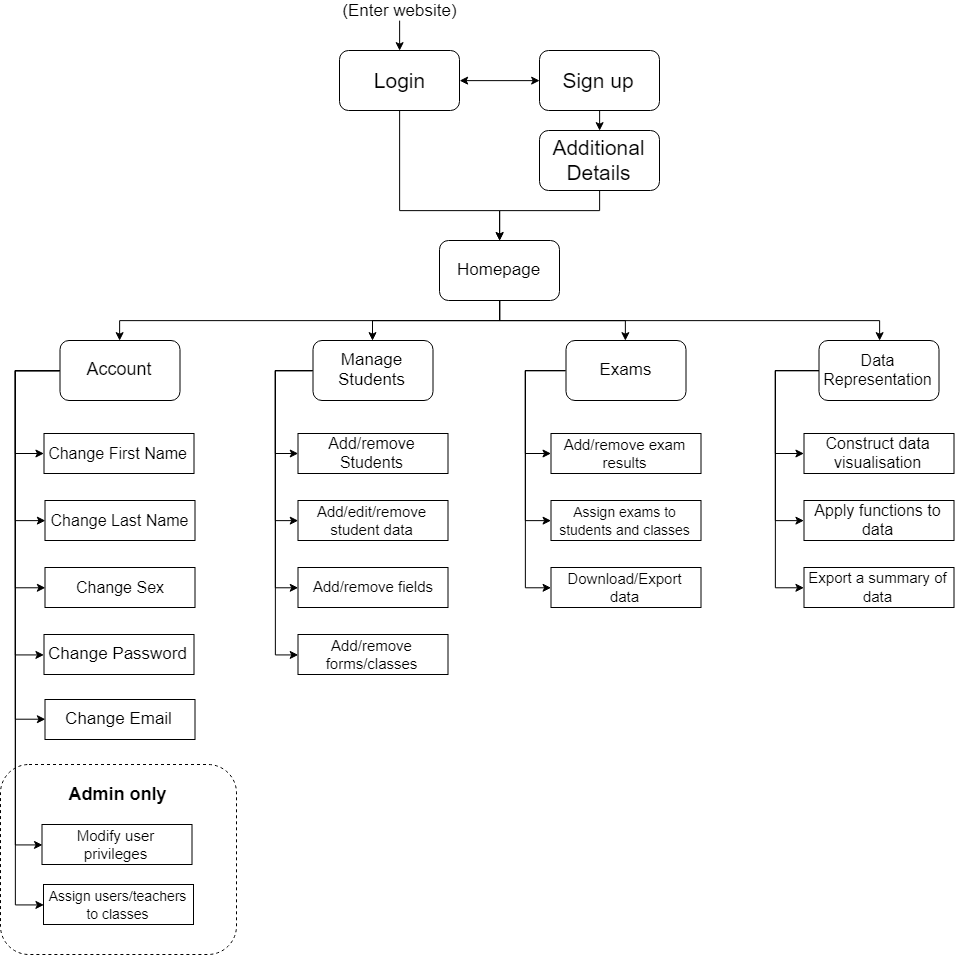
This is diagrams/images/Student Logger Site Plan.png from SheriffEllis/StudentLogger, a draw.io export, as it was before one commit. Source tidied: cells renumbered, new cells last; positions are measured from the earlier drawing's top-left corner, leaving out a move shared by most shapes.
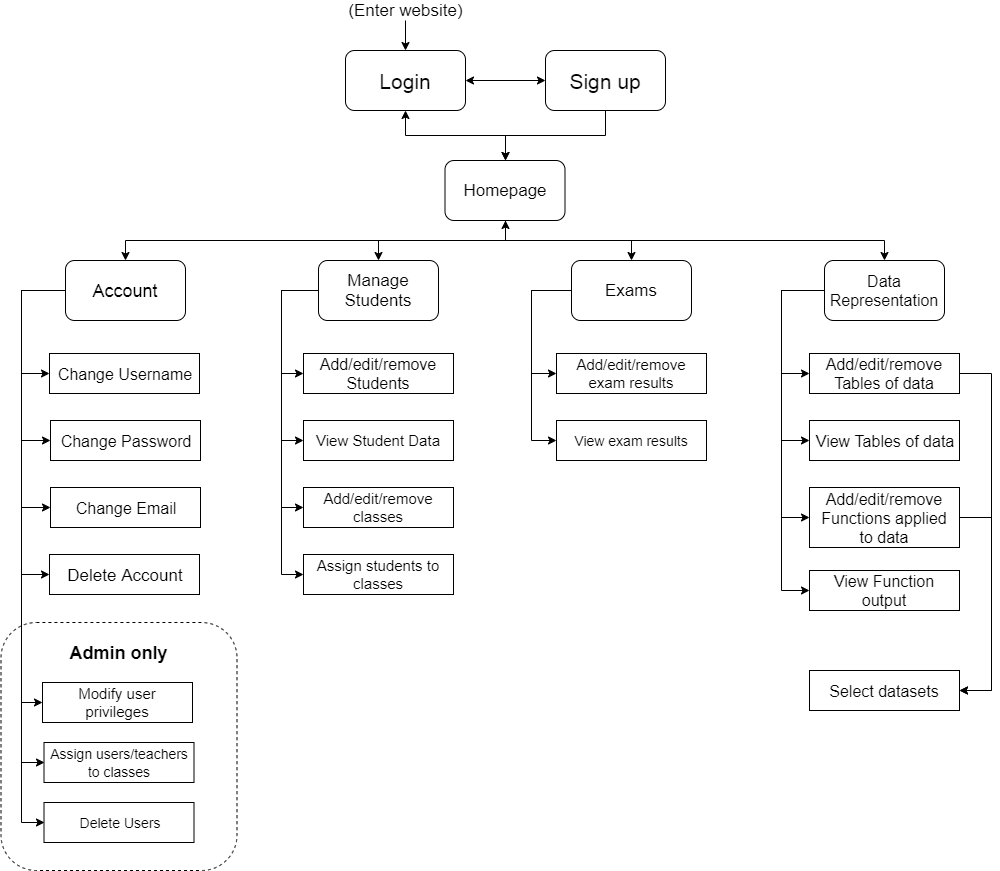
After the change.

What changed in the source:
```diff
@@ -3,33 +3,28 @@
     <mxCell id="0" />
     <mxCell id="1" parent="0" />
     <mxCell id="2" style="rounded=1;whiteSpace=wrap;html=1;fontSize=15;dashed=1;fillColor=none;" parent="1" vertex="1">
-      <mxGeometry y="764" width="236" height="190" as="geometry" />
+      <mxGeometry x="-5" y="702" width="236" height="248" as="geometry" />
     </mxCell>
     <mxCell id="3" style="edgeStyle=orthogonalEdgeStyle;rounded=0;jettySize=auto;html=1;exitX=1;exitY=0.5;exitDx=0;exitDy=0;entryX=0;entryY=0.5;entryDx=0;entryDy=0;startArrow=classic;startFill=1;" parent="1" edge="1" source="5" target="7">
       <mxGeometry relative="1" as="geometry" />
     </mxCell>
-    <mxCell id="4" style="edgeStyle=orthogonalEdgeStyle;rounded=0;jettySize=auto;html=1;exitX=0.5;exitY=1;exitDx=0;exitDy=0;entryX=0.5;entryY=0;entryDx=0;entryDy=0;startArrow=none;startFill=0;fontSize=21;" parent="1" edge="1" source="5" target="14">
-      <mxGeometry relative="1" as="geometry">
-        <Array as="points">
-          <mxPoint x="399" y="210" />
-          <mxPoint x="499" y="210" />
-        </Array>
-      </mxGeometry>
+    <mxCell id="4" style="edgeStyle=orthogonalEdgeStyle;rounded=0;jettySize=auto;html=1;exitX=0.5;exitY=1;exitDx=0;exitDy=0;entryX=0.5;entryY=0;entryDx=0;entryDy=0;startArrow=classic;startFill=1;" parent="1" edge="1" source="5" target="14">
+      <mxGeometry relative="1" as="geometry" />
     </mxCell>
     <mxCell id="5" value="Login" style="rounded=1;whiteSpace=wrap;html=1;fontSize=21;" parent="1" vertex="1">
-      <mxGeometry x="339" y="50" width="120" height="60" as="geometry" />
+      <mxGeometry x="339.5" y="130" width="120" height="60" as="geometry" />
     </mxCell>
-    <mxCell id="6" style="edgeStyle=orthogonalEdgeStyle;rounded=0;jettySize=auto;html=1;exitX=0.5;exitY=1;exitDx=0;exitDy=0;entryX=0.5;entryY=0;entryDx=0;entryDy=0;" parent="1" edge="1" source="7" target="55">
-      <mxGeometry relative="1" as="geometry" />
-    </mxCell>
+    <mxCell id="56" style="edgeStyle=orthogonalEdgeStyle;rounded=0;jettySize=auto;html=1;exitX=0.5;exitY=1;exitDx=0;exitDy=0;entryX=0.5;entryY=0;entryDx=0;entryDy=0;startArrow=none;startFill=0;" parent="1" edge="1" source="7" target="14">
+      <mxGeometry relative="1" as="geometry" />
+    </mxCell>
     <mxCell id="7" value="Sign up&lt;br style=&quot;font-size: 21px;&quot;&gt;" style="rounded=1;whiteSpace=wrap;html=1;fontSize=21;" parent="1" vertex="1">
-      <mxGeometry x="539" y="50" width="120" height="60" as="geometry" />
+      <mxGeometry x="539.5" y="130" width="120" height="60" as="geometry" />
     </mxCell>
     <mxCell id="8" style="edgeStyle=orthogonalEdgeStyle;rounded=0;jettySize=auto;html=1;exitX=0.5;exitY=1;exitDx=0;exitDy=0;entryX=0.5;entryY=0;entryDx=0;entryDy=0;startArrow=none;startFill=0;" parent="1" edge="1" source="9" target="5">
       <mxGeometry relative="1" as="geometry" />
     </mxCell>
     <mxCell id="9" value="&lt;font style=&quot;font-size: 17px&quot;&gt;(Enter website)&lt;/font&gt;" style="text;html=1;strokeColor=none;fillColor=none;align=center;verticalAlign=middle;whiteSpace=wrap;rounded=0;fontSize=17;" parent="1" vertex="1">
-      <mxGeometry x="324.5" width="149" height="20" as="geometry" />
+      <mxGeometry x="325" y="80" width="149" height="20" as="geometry" />
     </mxCell>
     <mxCell id="10" style="edgeStyle=orthogonalEdgeStyle;rounded=0;jettySize=auto;html=1;exitX=0.5;exitY=1;exitDx=0;exitDy=0;entryX=0.5;entryY=0;entryDx=0;entryDy=0;startArrow=none;startFill=0;fontSize=18;" parent="1" edge="1" source="14" target="22">
       <mxGeometry relative="1" as="geometry" />
@@ -40,7 +35,7 @@
     <mxCell id="12" style="edgeStyle=orthogonalEdgeStyle;rounded=0;jettySize=auto;html=1;exitX=0.5;exitY=1;exitDx=0;exitDy=0;entryX=0.5;entryY=0;entryDx=0;entryDy=0;startArrow=none;startFill=0;fontSize=18;" parent="1" edge="1" source="14" target="31">
       <mxGeometry relative="1" as="geometry" />
     </mxCell>
-    <mxCell id="13" style="edgeStyle=orthogonalEdgeStyle;rounded=0;jettySize=auto;html=1;exitX=0.5;exitY=1;exitDx=0;exitDy=0;entryX=0.5;entryY=0;entryDx=0;entryDy=0;startArrow=none;startFill=0;fontSize=18;" parent="1" edge="1" source="14" target="35">
+    <mxCell id="13" style="edgeStyle=orthogonalEdgeStyle;rounded=0;jettySize=auto;html=1;exitX=0.5;exitY=1;exitDx=0;exitDy=0;entryX=0.5;entryY=0;entryDx=0;entryDy=0;startArrow=classic;startFill=1;fontSize=18;" parent="1" edge="1" source="14" target="35">
       <mxGeometry relative="1" as="geometry" />
     </mxCell>
     <mxCell id="14" value="Homepage" style="rounded=1;whiteSpace=wrap;html=1;fontSize=17;" parent="1" vertex="1">
@@ -62,19 +57,11 @@
         </Array>
       </mxGeometry>
     </mxCell>
-    <mxCell id="17" style="edgeStyle=orthogonalEdgeStyle;rounded=0;jettySize=auto;html=1;exitX=0;exitY=0.5;exitDx=0;exitDy=0;entryX=0;entryY=0.5;entryDx=0;entryDy=0;startArrow=none;startFill=0;fontSize=18;" parent="1" edge="1" source="22" target="38">
-      <mxGeometry relative="1" as="geometry">
-        <Array as="points">
-          <mxPoint x="15" y="370" />
-          <mxPoint x="15" y="719" />
-        </Array>
-      </mxGeometry>
-    </mxCell>
     <mxCell id="18" style="edgeStyle=orthogonalEdgeStyle;rounded=0;jettySize=auto;html=1;exitX=0;exitY=0.5;exitDx=0;exitDy=0;entryX=0;entryY=0.5;entryDx=0;entryDy=0;startArrow=none;startFill=0;fontSize=18;" parent="1" edge="1" source="22" target="39">
       <mxGeometry relative="1" as="geometry">
         <Array as="points">
           <mxPoint x="15" y="370" />
-          <mxPoint x="15" y="844" />
+          <mxPoint x="15" y="782" />
         </Array>
       </mxGeometry>
     </mxCell>
@@ -82,7 +69,7 @@
       <mxGeometry relative="1" as="geometry">
         <Array as="points">
           <mxPoint x="15" y="370" />
-          <mxPoint x="15" y="904" />
+          <mxPoint x="15" y="842" />
         </Array>
       </mxGeometry>
     </mxCell>
@@ -102,6 +89,14 @@
         </Array>
       </mxGeometry>
     </mxCell>
+    <mxCell id="57" style="edgeStyle=orthogonalEdgeStyle;rounded=0;jettySize=auto;html=1;exitX=0;exitY=0.5;exitDx=0;exitDy=0;entryX=0;entryY=0.5;entryDx=0;entryDy=0;" parent="1" edge="1" source="22" target="62">
+      <mxGeometry relative="1" as="geometry">
+        <Array as="points">
+          <mxPoint x="15" y="370" />
+          <mxPoint x="15" y="902" />
+        </Array>
+      </mxGeometry>
+    </mxCell>
     <mxCell id="22" value="Account" style="rounded=1;whiteSpace=wrap;html=1;fontSize=18;" parent="1" vertex="1">
       <mxGeometry x="59.5" y="340" width="120" height="60" as="geometry" />
     </mxCell>
@@ -148,14 +143,6 @@
         </Array>
       </mxGeometry>
     </mxCell>
-    <mxCell id="29" style="edgeStyle=orthogonalEdgeStyle;rounded=0;jettySize=auto;html=1;exitX=0;exitY=0.5;exitDx=0;exitDy=0;entryX=0;entryY=0.5;entryDx=0;entryDy=0;startArrow=none;startFill=0;fontSize=15;" parent="1" edge="1" source="31" target="43">
-      <mxGeometry relative="1" as="geometry">
-        <Array as="points">
-          <mxPoint x="525" y="370" />
-          <mxPoint x="525" y="587" />
-        </Array>
-      </mxGeometry>
-    </mxCell>
     <mxCell id="30" style="edgeStyle=orthogonalEdgeStyle;rounded=0;jettySize=auto;html=1;exitX=0;exitY=0.5;exitDx=0;exitDy=0;entryX=0;entryY=0.5;entryDx=0;entryDy=0;" parent="1" edge="1" source="31" target="50">
       <mxGeometry relative="1" as="geometry">
         <Array as="points">
@@ -178,86 +165,102 @@
     <mxCell id="33" style="edgeStyle=orthogonalEdgeStyle;rounded=0;jettySize=auto;html=1;exitX=0;exitY=0.5;exitDx=0;exitDy=0;entryX=0;entryY=0.5;entryDx=0;entryDy=0;startArrow=none;startFill=0;fontSize=15;" parent="1" edge="1" source="35" target="45">
       <mxGeometry relative="1" as="geometry">
         <Array as="points">
-          <mxPoint x="775" y="370" />
-          <mxPoint x="775" y="520" />
+          <mxPoint x="775.5" y="370" />
+          <mxPoint x="775.5" y="597" />
         </Array>
       </mxGeometry>
     </mxCell>
-    <mxCell id="34" style="edgeStyle=orthogonalEdgeStyle;rounded=0;jettySize=auto;html=1;exitX=0;exitY=0.5;exitDx=0;exitDy=0;entryX=0;entryY=0.5;entryDx=0;entryDy=0;startArrow=none;startFill=0;fontSize=15;" parent="1" edge="1" source="35" target="46">
-      <mxGeometry relative="1" as="geometry">
-        <Array as="points">
-          <mxPoint x="775" y="370" />
-          <mxPoint x="775" y="587" />
-        </Array>
-      </mxGeometry>
-    </mxCell>
+    <mxCell id="58" style="edgeStyle=orthogonalEdgeStyle;rounded=0;jettySize=auto;html=1;exitX=0;exitY=0.5;exitDx=0;exitDy=0;entryX=0;entryY=0.5;entryDx=0;entryDy=0;startArrow=none;startFill=0;" parent="1" edge="1" source="35" target="64">
+      <mxGeometry relative="1" as="geometry">
+        <Array as="points">
+          <mxPoint x="775.5" y="370" />
+          <mxPoint x="775.5" y="520" />
+        </Array>
+      </mxGeometry>
+    </mxCell>
+    <mxCell id="59" style="edgeStyle=orthogonalEdgeStyle;rounded=0;jettySize=auto;html=1;exitX=0;exitY=0.5;exitDx=0;exitDy=0;entryX=0;entryY=0.5;entryDx=0;entryDy=0;startArrow=none;startFill=0;" parent="1" edge="1" source="35" target="65">
+      <mxGeometry relative="1" as="geometry">
+        <Array as="points">
+          <mxPoint x="775.5" y="370" />
+          <mxPoint x="775.5" y="670" />
+        </Array>
+      </mxGeometry>
+    </mxCell>
     <mxCell id="35" value="&lt;font style=&quot;font-size: 16px;&quot;&gt;Data Representation&lt;/font&gt;" style="rounded=1;whiteSpace=wrap;html=1;fontSize=16;" parent="1" vertex="1">
       <mxGeometry x="818.5" y="340" width="120" height="60" as="geometry" />
     </mxCell>
-    <mxCell id="36" value="&lt;font style=&quot;font-size: 16px&quot;&gt;Change First Name&lt;/font&gt;" style="rounded=0;whiteSpace=wrap;html=1;fontSize=16;spacingLeft=3;spacingRight=3;" parent="1" vertex="1">
+    <mxCell id="36" value="&lt;font style=&quot;font-size: 16px&quot;&gt;Change Username&lt;/font&gt;" style="rounded=0;whiteSpace=wrap;html=1;fontSize=16;spacingLeft=3;spacingRight=3;" parent="1" vertex="1">
       <mxGeometry x="43.5" y="433" width="150" height="40" as="geometry" />
     </mxCell>
-    <mxCell id="37" value="&lt;font style=&quot;font-size: 17px&quot;&gt;Change Password&lt;/font&gt;" style="rounded=0;whiteSpace=wrap;html=1;fontSize=18;spacingLeft=3;spacingRight=3;" parent="1" vertex="1">
+    <mxCell id="37" value="&lt;span style=&quot;font-size: 17px&quot;&gt;Delete Account&lt;/span&gt;" style="rounded=0;whiteSpace=wrap;html=1;fontSize=18;spacingLeft=3;spacingRight=3;" parent="1" vertex="1">
       <mxGeometry x="43.5" y="634" width="150" height="40" as="geometry" />
     </mxCell>
-    <mxCell id="38" value="&lt;font style=&quot;font-size: 17px&quot;&gt;Change Email&lt;/font&gt;" style="rounded=0;whiteSpace=wrap;html=1;fontSize=18;spacingLeft=3;spacingRight=3;" parent="1" vertex="1">
-      <mxGeometry x="44.5" y="699" width="150" height="40" as="geometry" />
-    </mxCell>
     <mxCell id="39" value="&lt;font style=&quot;font-size: 15px;&quot;&gt;Modify user privileges&lt;/font&gt;" style="rounded=0;whiteSpace=wrap;html=1;fontSize=15;spacingLeft=3;spacingRight=3;" parent="1" vertex="1">
-      <mxGeometry x="41.5" y="824" width="150" height="40" as="geometry" />
+      <mxGeometry x="36.5" y="762" width="150" height="40" as="geometry" />
     </mxCell>
     <mxCell id="40" value="&lt;b&gt;Admin only&lt;/b&gt;" style="text;html=1;strokeColor=none;fillColor=none;align=center;verticalAlign=middle;whiteSpace=wrap;rounded=0;fontSize=18;" parent="1" vertex="1">
-      <mxGeometry x="56.5" y="784" width="121" height="20" as="geometry" />
+      <mxGeometry x="51.5" y="722" width="121" height="20" as="geometry" />
     </mxCell>
-    <mxCell id="41" value="Add/remove Students" style="rounded=0;whiteSpace=wrap;html=1;fontSize=16;spacingLeft=3;spacingRight=3;" parent="1" vertex="1">
+    <mxCell id="41" value="Add/edit/remove Students" style="rounded=0;whiteSpace=wrap;html=1;fontSize=16;spacingLeft=3;spacingRight=3;" parent="1" vertex="1">
       <mxGeometry x="297.5" y="433" width="150" height="40" as="geometry" />
     </mxCell>
-    <mxCell id="42" value="Add/remove fields" style="rounded=0;whiteSpace=wrap;html=1;fontSize=15;spacingLeft=3;spacingRight=3;" parent="1" vertex="1">
+    <mxCell id="42" value="Add/edit/remove classes" style="rounded=0;whiteSpace=wrap;html=1;fontSize=15;spacingLeft=3;spacingRight=3;" parent="1" vertex="1">
       <mxGeometry x="297.5" y="567" width="150" height="40" as="geometry" />
     </mxCell>
-    <mxCell id="43" value="Download/Export data" style="rounded=0;whiteSpace=wrap;html=1;fontSize=15;spacingLeft=3;spacingRight=3;" parent="1" vertex="1">
-      <mxGeometry x="550.5" y="567" width="150" height="40" as="geometry" />
-    </mxCell>
+    <mxCell id="60" style="edgeStyle=orthogonalEdgeStyle;rounded=0;jettySize=auto;html=1;exitX=1;exitY=0.5;exitDx=0;exitDy=0;entryX=1;entryY=0.5;entryDx=0;entryDy=0;startArrow=none;startFill=0;" parent="1" edge="1" source="44" target="63">
+      <mxGeometry relative="1" as="geometry">
+        <Array as="points">
+          <mxPoint x="985.5" y="453" />
+          <mxPoint x="985.5" y="770" />
+        </Array>
+      </mxGeometry>
+    </mxCell>
-    <mxCell id="44" value="Construct data visualisation" style="rounded=0;whiteSpace=wrap;html=1;fontSize=16;spacingLeft=3;spacingRight=3;" parent="1" vertex="1">
+    <mxCell id="44" value="Add/edit/remove Tables of data" style="rounded=0;whiteSpace=wrap;html=1;fontSize=16;spacingLeft=3;spacingRight=3;" parent="1" vertex="1">
       <mxGeometry x="803.5" y="433" width="150" height="40" as="geometry" />
     </mxCell>
+    <mxCell id="61" style="edgeStyle=orthogonalEdgeStyle;rounded=0;jettySize=auto;html=1;exitX=1;exitY=0.5;exitDx=0;exitDy=0;entryX=1;entryY=0.5;entryDx=0;entryDy=0;startArrow=none;startFill=0;" parent="1" edge="1" source="45" target="63">
+      <mxGeometry relative="1" as="geometry">
+        <Array as="points">
+          <mxPoint x="985.5" y="597" />
+          <mxPoint x="985.5" y="770" />
+        </Array>
+      </mxGeometry>
+    </mxCell>
-    <mxCell id="45" value="Apply functions to data" style="rounded=0;whiteSpace=wrap;html=1;fontSize=16;spacingLeft=3;spacingRight=3;" parent="1" vertex="1">
-      <mxGeometry x="803.5" y="500" width="150" height="40" as="geometry" />
+    <mxCell id="45" value="Add/edit/remove Functions applied to data" style="rounded=0;whiteSpace=wrap;html=1;fontSize=16;spacingLeft=3;spacingRight=3;" parent="1" vertex="1">
+      <mxGeometry x="803.5" y="567" width="150" height="60" as="geometry" />
     </mxCell>
-    <mxCell id="46" value="&lt;span style=&quot;font-size: 15px&quot;&gt;Export a summary of data&lt;/span&gt;" style="rounded=0;whiteSpace=wrap;html=1;fontSize=16;spacingLeft=3;spacingRight=3;" parent="1" vertex="1">
-      <mxGeometry x="803.5" y="567" width="150" height="40" as="geometry" />
-    </mxCell>
-    <mxCell id="47" value="Add/edit/remove student data" style="rounded=0;whiteSpace=wrap;html=1;fontSize=15;spacingLeft=3;spacingRight=3;" parent="1" vertex="1">
+    <mxCell id="47" value="View Student Data" style="rounded=0;whiteSpace=wrap;html=1;fontSize=15;spacingLeft=3;spacingRight=3;" parent="1" vertex="1">
       <mxGeometry x="297.5" y="500" width="150" height="40" as="geometry" />
     </mxCell>
-    <mxCell id="48" value="Add/remove exam results" style="rounded=0;whiteSpace=wrap;html=1;fontSize=15;spacingLeft=3;spacingRight=3;" parent="1" vertex="1">
+    <mxCell id="48" value="Add/edit/remove exam results" style="rounded=0;whiteSpace=wrap;html=1;fontSize=15;spacingLeft=3;spacingRight=3;" parent="1" vertex="1">
       <mxGeometry x="550.5" y="433" width="150" height="40" as="geometry" />
     </mxCell>
-    <mxCell id="49" value="Add/remove forms/classes" style="rounded=0;whiteSpace=wrap;html=1;fontSize=15;spacingLeft=3;spacingRight=3;" parent="1" vertex="1">
+    <mxCell id="49" value="Assign students to classes" style="rounded=0;whiteSpace=wrap;html=1;fontSize=15;spacingLeft=3;spacingRight=3;" parent="1" vertex="1">
       <mxGeometry x="297.5" y="634" width="150" height="40" as="geometry" />
     </mxCell>
-    <mxCell id="50" value="&lt;font style=&quot;font-size: 14px&quot;&gt;Assign exams to students and classes&lt;/font&gt;" style="rounded=0;whiteSpace=wrap;html=1;fontSize=15;spacingLeft=3;spacingRight=3;" parent="1" vertex="1">
+    <mxCell id="50" value="&lt;span style=&quot;font-size: 14px&quot;&gt;View exam results&lt;/span&gt;" style="rounded=0;whiteSpace=wrap;html=1;fontSize=15;spacingLeft=3;spacingRight=3;" parent="1" vertex="1">
       <mxGeometry x="550.5" y="500" width="150" height="40" as="geometry" />
     </mxCell>
     <mxCell id="51" value="&lt;font style=&quot;font-size: 14px&quot;&gt;Assign users/teachers to classes&lt;/font&gt;" style="rounded=0;whiteSpace=wrap;html=1;fontSize=15;spacingLeft=3;spacingRight=3;" parent="1" vertex="1">
-      <mxGeometry x="43" y="884" width="150" height="40" as="geometry" />
+      <mxGeometry x="38" y="822" width="150" height="40" as="geometry" />
     </mxCell>
-    <mxCell id="52" value="&lt;font style=&quot;font-size: 16px&quot;&gt;Change Last Name&lt;/font&gt;" style="rounded=0;whiteSpace=wrap;html=1;fontSize=16;spacingLeft=3;spacingRight=3;" parent="1" vertex="1">
+    <mxCell id="52" value="&lt;font style=&quot;font-size: 16px&quot;&gt;Change Password&lt;/font&gt;" style="rounded=0;whiteSpace=wrap;html=1;fontSize=16;spacingLeft=3;spacingRight=3;" parent="1" vertex="1">
       <mxGeometry x="44.5" y="500" width="150" height="40" as="geometry" />
     </mxCell>
-    <mxCell id="53" value="&lt;font style=&quot;font-size: 16px&quot;&gt;Change Sex&lt;/font&gt;" style="rounded=0;whiteSpace=wrap;html=1;fontSize=16;spacingLeft=3;spacingRight=3;" parent="1" vertex="1">
+    <mxCell id="53" value="&lt;font style=&quot;font-size: 16px&quot;&gt;Change Email&lt;/font&gt;" style="rounded=0;whiteSpace=wrap;html=1;fontSize=16;spacingLeft=3;spacingRight=3;" parent="1" vertex="1">
       <mxGeometry x="44.5" y="567" width="150" height="40" as="geometry" />
     </mxCell>
-    <mxCell id="54" style="edgeStyle=orthogonalEdgeStyle;rounded=0;jettySize=auto;html=1;exitX=0.5;exitY=1;exitDx=0;exitDy=0;entryX=0.5;entryY=0;entryDx=0;entryDy=0;" parent="1" edge="1" source="55" target="14">
-      <mxGeometry relative="1" as="geometry">
-        <Array as="points">
-          <mxPoint x="599" y="210" />
-          <mxPoint x="499" y="210" />
-        </Array>
-      </mxGeometry>
-    </mxCell>
-    <mxCell id="55" value="Additional Details" style="rounded=1;whiteSpace=wrap;html=1;fontSize=21;" parent="1" vertex="1">
-      <mxGeometry x="539" y="130" width="120" height="60" as="geometry" />
-    </mxCell>
+    <mxCell id="62" value="&lt;span style=&quot;font-size: 14px&quot;&gt;Delete Users&lt;/span&gt;" style="rounded=0;whiteSpace=wrap;html=1;fontSize=15;spacingLeft=3;spacingRight=3;" parent="1" vertex="1">
+      <mxGeometry x="38" y="882" width="150" height="40" as="geometry" />
+    </mxCell>
+    <mxCell id="63" value="Select datasets" style="rounded=0;whiteSpace=wrap;html=1;fontSize=16;spacingLeft=3;spacingRight=3;" parent="1" vertex="1">
+      <mxGeometry x="803.5" y="750" width="150" height="40" as="geometry" />
+    </mxCell>
+    <mxCell id="64" value="View Tables of data" style="rounded=0;whiteSpace=wrap;html=1;fontSize=16;spacingLeft=3;spacingRight=3;" parent="1" vertex="1">
+      <mxGeometry x="803.5" y="500" width="150" height="40" as="geometry" />
+    </mxCell>
+    <mxCell id="65" value="View Function output" style="rounded=0;whiteSpace=wrap;html=1;fontSize=16;spacingLeft=3;spacingRight=3;" parent="1" vertex="1">
+      <mxGeometry x="803.5" y="650" width="150" height="40" as="geometry" />
+    </mxCell>
   </root>
 </mxGraphModel>
```
